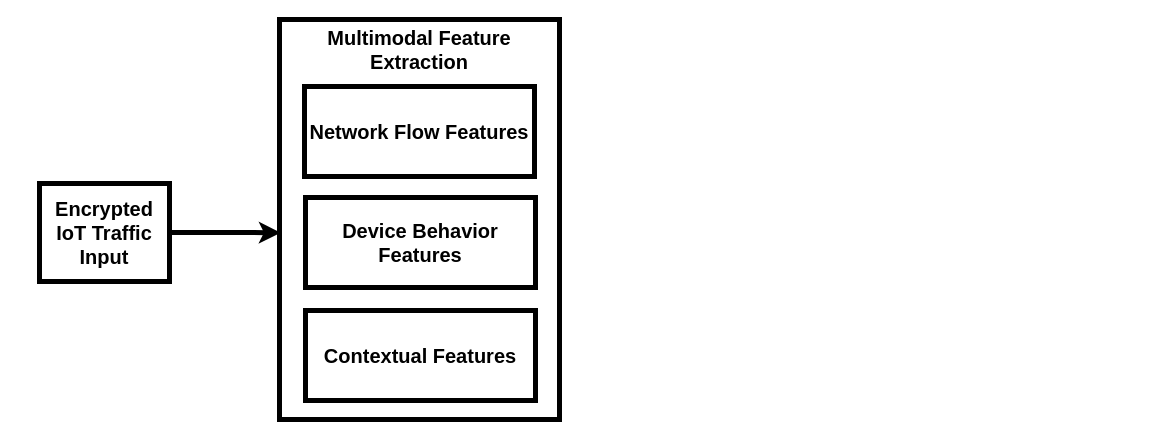
Before: Network_Attack.drawio in vinayak-k24/DrawIO, a draw.io diagram. Source tidied: cells renumbered, new cells numbered last; positions are measured from the earlier drawing's top-left corner, leaving out a move shared by most shapes. Both pictures are drawn from the tidied source at 100%, with x=0, y=0 at pixel (39, 19).
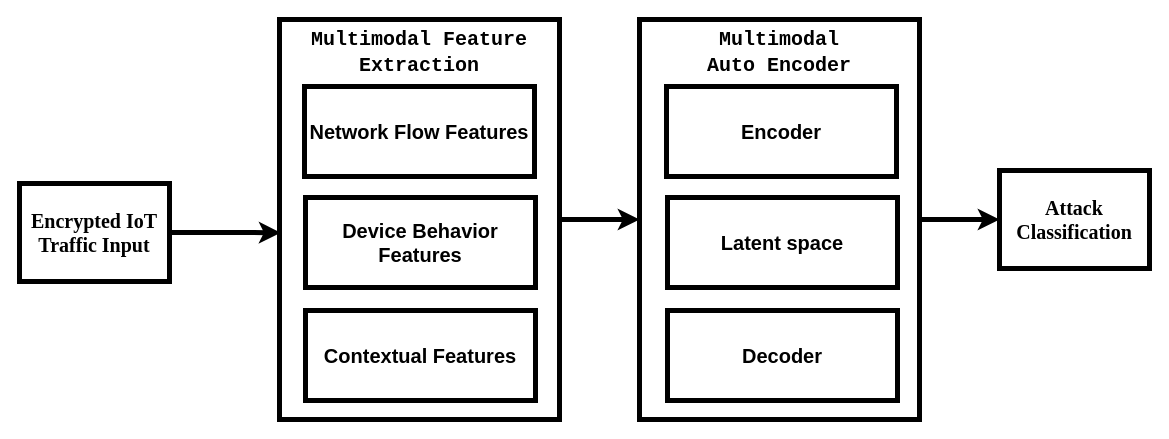
The same page after the edit.

Diff of the diagram source:
```diff
@@
 <mxGraphModel>
   <root>
     <mxCell id="0" />
     <mxCell id="1" parent="0" />
-    <mxCell id="2" value="&lt;span&gt;&lt;font&gt;Encrypted IoT Traffic Input&lt;/font&gt;&lt;/span&gt;" style="rounded=0;whiteSpace=wrap;html=1;strokeWidth=5;fontSize=20;fontStyle=1;align=center;verticalAlign=middle;" parent="1" vertex="1">
-      <mxGeometry y="164" width="130" height="98" as="geometry" />
+    <mxCell id="2" value="&lt;span&gt;&lt;font face=&quot;Garamond&quot;&gt;Encrypted IoT Traffic Input&lt;/font&gt;&lt;/span&gt;" style="rounded=0;whiteSpace=wrap;html=1;strokeWidth=5;fontSize=20;fontStyle=1;align=center;verticalAlign=middle;" parent="1" vertex="1">
+      <mxGeometry x="-20" y="164" width="150" height="98" as="geometry" />
     </mxCell>
+    <mxCell id="8" style="edgeStyle=orthogonalEdgeStyle;rounded=0;jettySize=auto;html=1;exitX=1;exitY=0.5;exitDx=0;exitDy=0;entryX=0;entryY=0.5;entryDx=0;entryDy=0;strokeWidth=5;" parent="1" edge="1" source="3" target="10">
+      <mxGeometry relative="1" as="geometry" />
+    </mxCell>
-    <mxCell id="3" value="Multimodal Feature Extraction" style="rounded=0;whiteSpace=wrap;html=1;strokeWidth=5;fontSize=20;fontStyle=1;align=center;verticalAlign=top;" parent="1" vertex="1">
+    <mxCell id="3" value="&lt;font style=&quot;&quot; face=&quot;Courier New&quot;&gt;Multimodal Feature Extraction&lt;/font&gt;" style="rounded=0;whiteSpace=wrap;html=1;strokeWidth=5;fontSize=20;fontStyle=1;align=center;verticalAlign=top;" parent="1" vertex="1">
       <mxGeometry x="240" width="280" height="400" as="geometry" />
     </mxCell>
     <mxCell id="4" value="Network Flow Features" style="rounded=0;whiteSpace=wrap;html=1;strokeWidth=5;fontSize=20;fontStyle=1;align=center;verticalAlign=middle;" parent="1" vertex="1">
       <mxGeometry x="265" y="67" width="230" height="90" as="geometry" />
     </mxCell>
     <mxCell id="5" value="Device Behavior Features" style="rounded=0;whiteSpace=wrap;html=1;strokeWidth=5;fontSize=20;fontStyle=1;align=center;verticalAlign=middle;" parent="1" vertex="1">
       <mxGeometry x="266" y="178" width="230" height="90" as="geometry" />
     </mxCell>
     <mxCell id="6" value="Contextual Features" style="rounded=0;whiteSpace=wrap;html=1;strokeWidth=5;fontSize=20;fontStyle=1;align=center;verticalAlign=middle;" parent="1" vertex="1">
       <mxGeometry x="266" y="291" width="230" height="90" as="geometry" />
     </mxCell>
     <mxCell id="7" style="edgeStyle=orthogonalEdgeStyle;rounded=0;jettySize=auto;html=1;exitX=1;exitY=0.5;exitDx=0;exitDy=0;entryX=0.004;entryY=0.533;entryDx=0;entryDy=0;entryPerimeter=0;strokeWidth=5;fontSize=20;fontStyle=1;align=center;verticalAlign=middle;" parent="1" edge="1" source="2" target="3">
       <mxGeometry relative="1" as="geometry" />
     </mxCell>
+    <mxCell id="9" style="edgeStyle=orthogonalEdgeStyle;rounded=0;jettySize=auto;html=1;exitX=1;exitY=0.5;exitDx=0;exitDy=0;entryX=0;entryY=0.5;entryDx=0;entryDy=0;strokeWidth=5;" parent="1" edge="1" source="10" target="14">
+      <mxGeometry relative="1" as="geometry" />
+    </mxCell>
+    <mxCell id="10" value="&lt;font face=&quot;Courier New&quot;&gt;Multimodal&lt;/font&gt;&lt;div&gt;&lt;font face=&quot;Courier New&quot;&gt;Auto Encoder&lt;/font&gt;&lt;/div&gt;" style="rounded=0;whiteSpace=wrap;html=1;strokeWidth=5;fontSize=20;fontStyle=1;align=center;verticalAlign=top;" parent="1" vertex="1">
+      <mxGeometry x="600" width="280" height="400" as="geometry" />
+    </mxCell>
+    <mxCell id="11" value="Encoder" style="rounded=0;whiteSpace=wrap;html=1;strokeWidth=5;fontSize=20;fontStyle=1;align=center;verticalAlign=middle;" parent="1" vertex="1">
+      <mxGeometry x="627" y="67" width="230" height="90" as="geometry" />
+    </mxCell>
+    <mxCell id="12" value="Latent space" style="rounded=0;whiteSpace=wrap;html=1;strokeWidth=5;fontSize=20;fontStyle=1;align=center;verticalAlign=middle;" parent="1" vertex="1">
+      <mxGeometry x="628" y="178" width="230" height="90" as="geometry" />
+    </mxCell>
+    <mxCell id="13" value="Decoder" style="rounded=0;whiteSpace=wrap;html=1;strokeWidth=5;fontSize=20;fontStyle=1;align=center;verticalAlign=middle;" parent="1" vertex="1">
+      <mxGeometry x="628" y="291" width="230" height="90" as="geometry" />
+    </mxCell>
+    <mxCell id="14" value="&lt;span&gt;&lt;font face=&quot;Garamond&quot;&gt;Attack Classification&lt;/font&gt;&lt;/span&gt;" style="rounded=0;whiteSpace=wrap;html=1;strokeWidth=5;fontSize=20;fontStyle=1;align=center;verticalAlign=middle;" parent="1" vertex="1">
+      <mxGeometry x="960" y="151" width="150" height="98" as="geometry" />
+    </mxCell>
   </root>
 </mxGraphModel>
```
